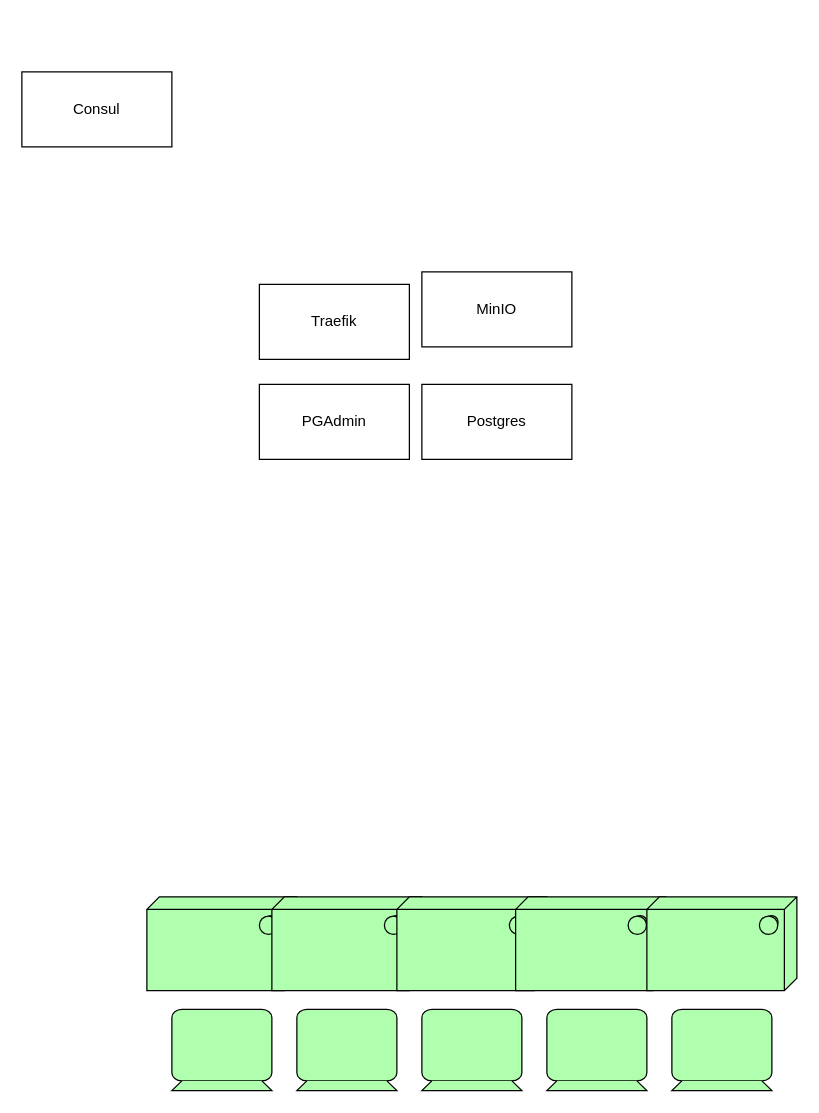
huybrechtsxyz/huybrechtsxyz keeps this draw.io diagram as page "Services" (2 of 3) of design/analysis.drawio. Above is the earlier version. Source tidied: cells renumbered, new cells numbered last; positions are measured from the earlier drawing's top-left corner, leaving out a move shared by most shapes. Both pictures are drawn from the tidied source at 125%, with x=0, y=0 at pixel (21, 71).
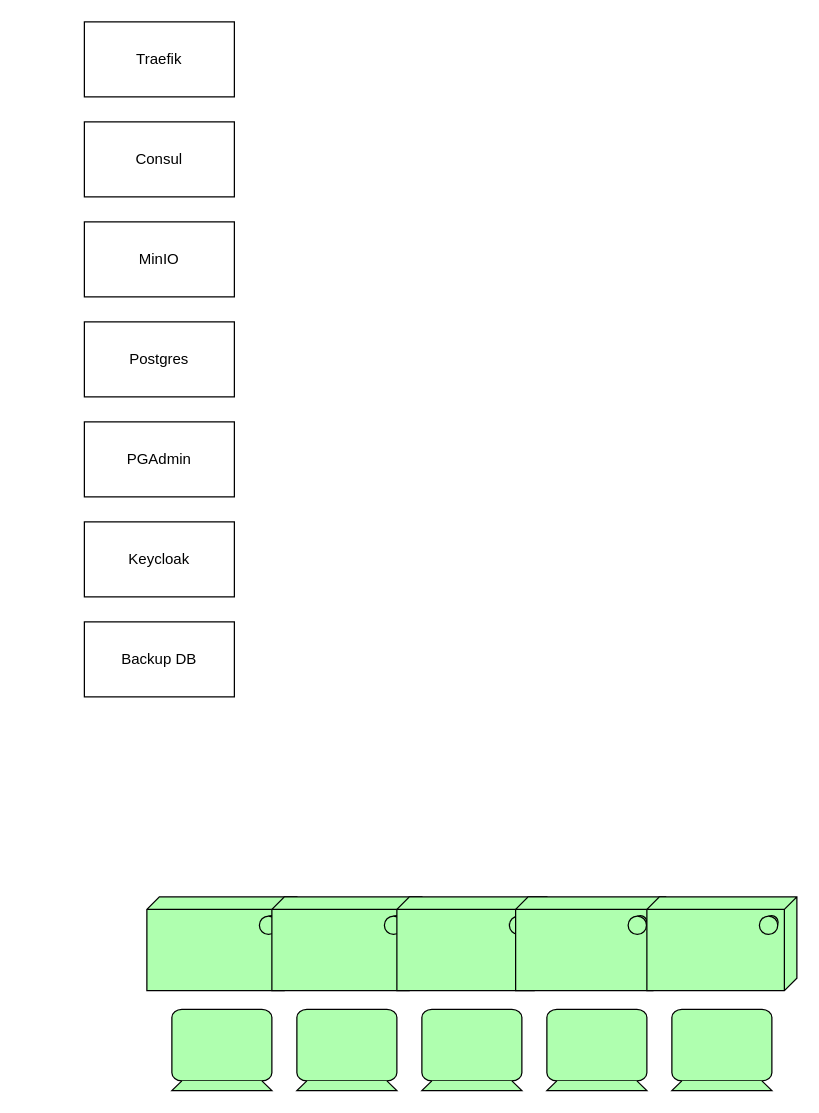
Above is the later version.

Diff of the diagram source:
```diff
@@
 <mxGraphModel>
   <root>
     <mxCell id="0" />
     <mxCell id="1" parent="0" />
     <mxCell id="2" style="html=1;whiteSpace=wrap;fillColor=#AFFFAF;shape=mxgraph.archimate3.device;" parent="1" vertex="1">
       <mxGeometry x="120" y="750" width="80" height="65" as="geometry" />
     </mxCell>
     <mxCell id="3" style="html=1;whiteSpace=wrap;fillColor=#AFFFAF;shape=mxgraph.archimate3.device;" parent="1" vertex="1">
       <mxGeometry x="220" y="750" width="80" height="65" as="geometry" />
     </mxCell>
     <mxCell id="4" style="html=1;whiteSpace=wrap;fillColor=#AFFFAF;shape=mxgraph.archimate3.device;" parent="1" vertex="1">
       <mxGeometry x="320" y="750" width="80" height="65" as="geometry" />
     </mxCell>
     <mxCell id="5" style="html=1;whiteSpace=wrap;fillColor=#AFFFAF;shape=mxgraph.archimate3.device;" parent="1" vertex="1">
       <mxGeometry x="420" y="750" width="80" height="65" as="geometry" />
     </mxCell>
     <mxCell id="6" style="html=1;whiteSpace=wrap;fillColor=#AFFFAF;shape=mxgraph.archimate3.device;" parent="1" vertex="1">
       <mxGeometry x="520" y="750" width="80" height="65" as="geometry" />
     </mxCell>
     <mxCell id="7" style="html=1;whiteSpace=wrap;fillColor=#AFFFAF;shape=mxgraph.archimate3.tech;techType=sysSw;" parent="1" vertex="1">
       <mxGeometry x="100" y="660" width="120" height="75" as="geometry" />
     </mxCell>
     <mxCell id="8" style="html=1;whiteSpace=wrap;fillColor=#AFFFAF;shape=mxgraph.archimate3.tech;techType=sysSw;" parent="1" vertex="1">
       <mxGeometry x="200" y="660" width="120" height="75" as="geometry" />
     </mxCell>
     <mxCell id="9" style="html=1;whiteSpace=wrap;fillColor=#AFFFAF;shape=mxgraph.archimate3.tech;techType=sysSw;" parent="1" vertex="1">
       <mxGeometry x="300" y="660" width="120" height="75" as="geometry" />
     </mxCell>
     <mxCell id="10" style="html=1;whiteSpace=wrap;fillColor=#AFFFAF;shape=mxgraph.archimate3.tech;techType=sysSw;" parent="1" vertex="1">
       <mxGeometry x="395" y="660" width="120" height="75" as="geometry" />
     </mxCell>
     <mxCell id="11" style="html=1;whiteSpace=wrap;fillColor=#AFFFAF;shape=mxgraph.archimate3.tech;techType=sysSw;" parent="1" vertex="1">
       <mxGeometry x="500" y="660" width="120" height="75" as="geometry" />
     </mxCell>
     <mxCell id="12" value="Consul" style="rounded=0;whiteSpace=wrap;html=1;" parent="1" vertex="1">
-      <mxGeometry width="120" height="60" as="geometry" />
+      <mxGeometry x="50" y="40" width="120" height="60" as="geometry" />
     </mxCell>
     <mxCell id="13" value="Traefik" style="rounded=0;whiteSpace=wrap;html=1;" parent="1" vertex="1">
-      <mxGeometry x="190" y="170" width="120" height="60" as="geometry" />
+      <mxGeometry x="50" y="-40" width="120" height="60" as="geometry" />
     </mxCell>
     <mxCell id="14" value="MinIO" style="rounded=0;whiteSpace=wrap;html=1;" parent="1" vertex="1">
-      <mxGeometry x="320" y="160" width="120" height="60" as="geometry" />
+      <mxGeometry x="50" y="120" width="120" height="60" as="geometry" />
     </mxCell>
     <mxCell id="15" value="Postgres" style="rounded=0;whiteSpace=wrap;html=1;" parent="1" vertex="1">
-      <mxGeometry x="320" y="250" width="120" height="60" as="geometry" />
+      <mxGeometry x="50" y="200" width="120" height="60" as="geometry" />
     </mxCell>
     <mxCell id="16" value="PGAdmin" style="rounded=0;whiteSpace=wrap;html=1;" parent="1" vertex="1">
-      <mxGeometry x="190" y="250" width="120" height="60" as="geometry" />
+      <mxGeometry x="50" y="280" width="120" height="60" as="geometry" />
     </mxCell>
+    <mxCell id="17" value="Keycloak" style="rounded=0;whiteSpace=wrap;html=1;" parent="1" vertex="1">
+      <mxGeometry x="50" y="360" width="120" height="60" as="geometry" />
+    </mxCell>
+    <mxCell id="18" value="Backup DB" style="rounded=0;whiteSpace=wrap;html=1;" parent="1" vertex="1">
+      <mxGeometry x="50" y="440" width="120" height="60" as="geometry" />
+    </mxCell>
   </root>
 </mxGraphModel>
```
